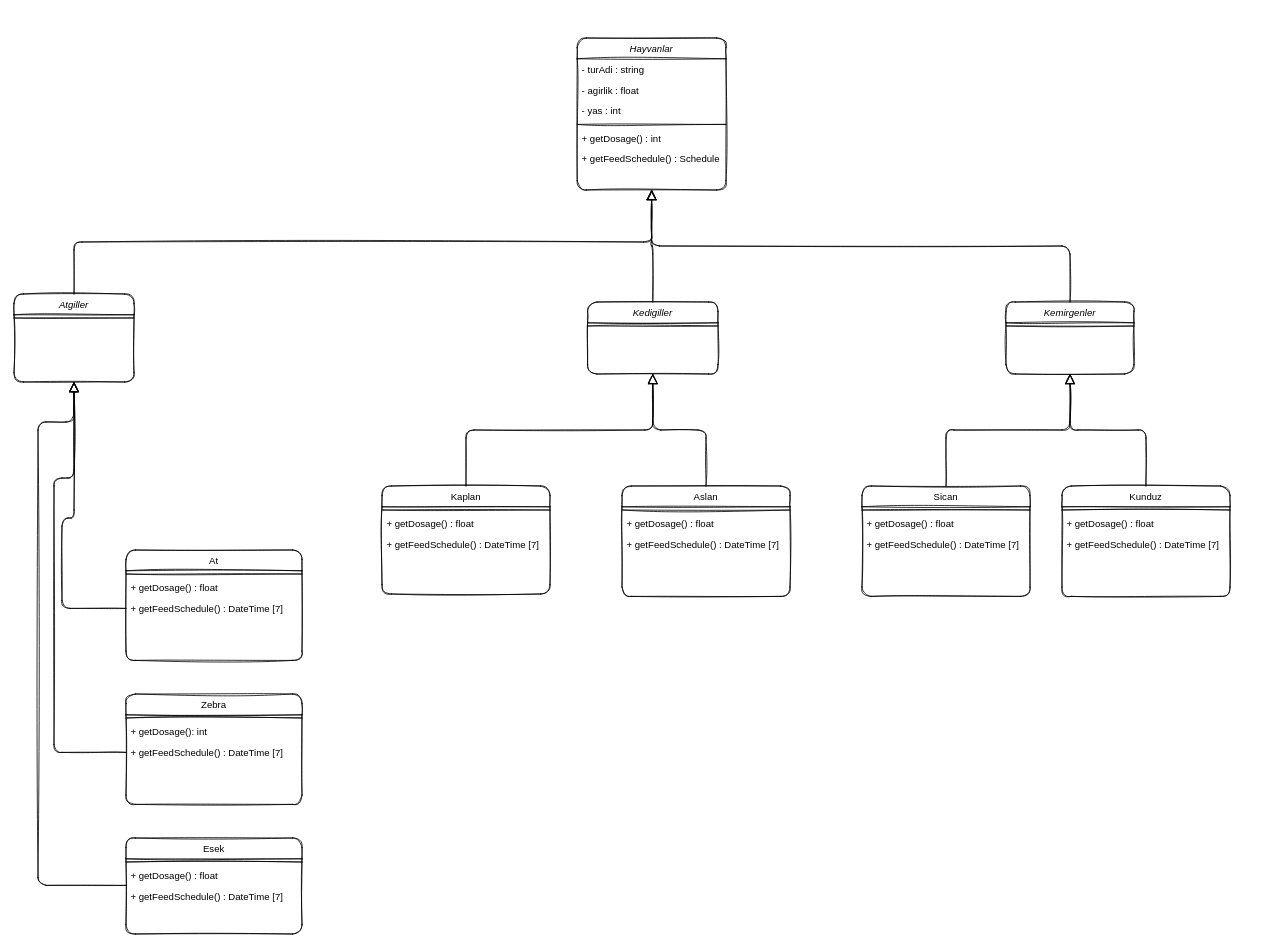
Above: Untitled Diagram.drawio in scelikcapa/kodluyoruzilkrepo (draw.io), before the change. Source tidied: cells renumbered, new cells numbered last; positions are measured from the earlier drawing's top-left corner, leaving out a move shared by most shapes. Both pictures are drawn from the tidied source at 80%, with x=0, y=0 at pixel (14, 38).
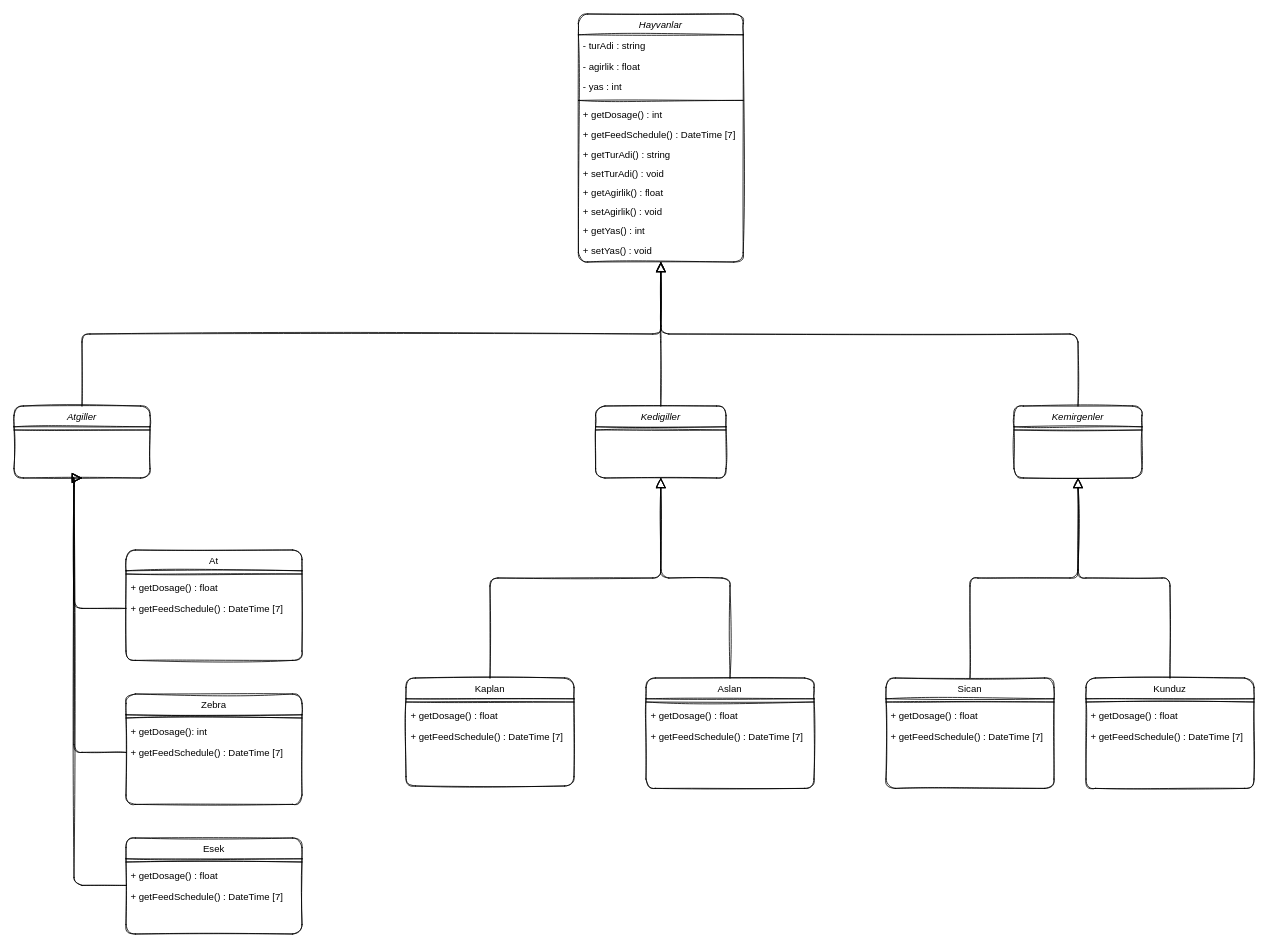
Above is the later version.

Commit message:
Odev HayvanatBahcesiYonetimi is over this time :)

Unchanged cells that the change refers to:
```xml
<mxCell id="21" value="+ getFeedSchedule() : DateTime [7] " style="text;align=left;verticalAlign=top;spacingLeft=4;spacingRight=4;overflow=hidden;points=[[0,0.5],[1,0.5]];portConstraint=eastwest;rounded=1;sketch=1;" parent="18" vertex="1">
  <mxGeometry y="60" width="220" height="26" as="geometry" />
</mxCell>
<mxCell id="25" value="+ getFeedSchedule() : DateTime [7] " style="text;align=left;verticalAlign=top;spacingLeft=4;spacingRight=4;overflow=hidden;points=[[0,0.5],[1,0.5]];portConstraint=eastwest;rounded=1;sketch=1;" parent="22" vertex="1">
  <mxGeometry y="60" width="220" height="26" as="geometry" />
</mxCell>
<mxCell id="52" value="+ getFeedSchedule() : DateTime [7] " style="text;align=left;verticalAlign=top;spacingLeft=4;spacingRight=4;overflow=hidden;points=[[0,0.5],[1,0.5]];portConstraint=eastwest;rounded=1;sketch=1;" parent="49" vertex="1">
  <mxGeometry y="60" width="220" height="26" as="geometry" />
</mxCell>
```

The edit, as a diff of the source:
```diff
@@
     <mxCell id="2" value="Hayvanlar" style="swimlane;fontStyle=2;align=center;verticalAlign=top;horizontal=1;startSize=26;rounded=1;shadow=0;strokeWidth=1;sketch=1;" parent="1" vertex="1">
-      <mxGeometry x="704" width="186" height="190" as="geometry" />
+      <mxGeometry x="705.5" y="-30" width="206" height="310" as="geometry" />
     </mxCell>
     <mxCell id="3" value="- turAdi : string" style="text;align=left;verticalAlign=top;spacingLeft=4;spacingRight=4;overflow=hidden;rounded=1;sketch=1;" parent="2" vertex="1">
-      <mxGeometry y="26" width="186" height="26" as="geometry" />
+      <mxGeometry y="26" width="206" height="26" as="geometry" />
     </mxCell>
     <mxCell id="4" value="- agirlik : float" style="text;align=left;verticalAlign=top;spacingLeft=4;spacingRight=4;overflow=hidden;rounded=1;shadow=0;html=0;sketch=1;" parent="2" vertex="1">
-      <mxGeometry y="52" width="186" height="26" as="geometry" />
+      <mxGeometry y="52" width="206" height="26" as="geometry" />
     </mxCell>
     <mxCell id="5" value="- yas : int" style="text;align=left;verticalAlign=top;spacingLeft=4;spacingRight=4;overflow=hidden;rounded=1;shadow=0;html=0;sketch=1;" parent="2" vertex="1">
-      <mxGeometry y="78" width="186" height="26" as="geometry" />
+      <mxGeometry y="78" width="206" height="26" as="geometry" />
     </mxCell>
     <mxCell id="6" style="line;html=1;strokeWidth=1;align=left;verticalAlign=middle;spacingTop=-1;spacingLeft=3;spacingRight=3;labelPosition=right;rounded=1;sketch=1;" parent="2" vertex="1">
-      <mxGeometry y="104" width="186" height="8" as="geometry" />
+      <mxGeometry y="104" width="206" height="8" as="geometry" />
     </mxCell>
     <mxCell id="7" value="+ getDosage() : int" style="text;align=left;verticalAlign=top;spacingLeft=4;spacingRight=4;overflow=hidden;rounded=1;sketch=1;" parent="2" vertex="1">
-      <mxGeometry y="112" width="186" height="26" as="geometry" />
+      <mxGeometry y="112" width="206" height="26" as="geometry" />
     </mxCell>
-    <mxCell id="8" value="+ getFeedSchedule() : Schedule" style="text;align=left;verticalAlign=top;spacingLeft=4;spacingRight=4;overflow=hidden;rounded=1;sketch=1;" parent="2" vertex="1">
-      <mxGeometry y="138" width="186" height="24" as="geometry" />
+    <mxCell id="8" value="+ getFeedSchedule() : DateTime [7] " style="text;align=left;verticalAlign=top;spacingLeft=4;spacingRight=4;overflow=hidden;rounded=1;sketch=1;" parent="2" vertex="1">
+      <mxGeometry y="138" width="206" height="24" as="geometry" />
     </mxCell>
+    <mxCell id="53" value="+ getTurAdi() : string " style="text;align=left;verticalAlign=top;spacingLeft=4;spacingRight=4;overflow=hidden;rounded=1;sketch=1;" parent="2" vertex="1">
+      <mxGeometry y="162" width="206" height="24" as="geometry" />
+    </mxCell>
+    <mxCell id="54" value="+ setTurAdi() : void " style="text;align=left;verticalAlign=top;spacingLeft=4;spacingRight=4;overflow=hidden;rounded=1;sketch=1;" parent="2" vertex="1">
+      <mxGeometry y="186" width="206" height="24" as="geometry" />
+    </mxCell>
+    <mxCell id="55" value="+ getAgirlik() : float " style="text;align=left;verticalAlign=top;spacingLeft=4;spacingRight=4;overflow=hidden;rounded=1;sketch=1;" parent="2" vertex="1">
+      <mxGeometry y="210" width="206" height="24" as="geometry" />
+    </mxCell>
+    <mxCell id="56" value="+ setAgirlik() : void " style="text;align=left;verticalAlign=top;spacingLeft=4;spacingRight=4;overflow=hidden;rounded=1;sketch=1;" parent="2" vertex="1">
+      <mxGeometry y="234" width="206" height="24" as="geometry" />
+    </mxCell>
+    <mxCell id="57" value="+ getYas() : int " style="text;align=left;verticalAlign=top;spacingLeft=4;spacingRight=4;overflow=hidden;rounded=1;sketch=1;" parent="2" vertex="1">
+      <mxGeometry y="258" width="206" height="24" as="geometry" />
+    </mxCell>
+    <mxCell id="58" value="+ setYas() : void " style="text;align=left;verticalAlign=top;spacingLeft=4;spacingRight=4;overflow=hidden;rounded=1;sketch=1;" parent="2" vertex="1">
+      <mxGeometry y="282" width="206" height="24" as="geometry" />
+    </mxCell>
     <mxCell id="9" value="Atgiller" style="swimlane;fontStyle=2;align=center;verticalAlign=top;horizontal=1;startSize=26;rounded=1;shadow=0;strokeWidth=1;sketch=1;" parent="1" vertex="1">
-      <mxGeometry y="320" width="150" height="110" as="geometry" />
+      <mxGeometry y="460" width="170" height="90" as="geometry" />
     </mxCell>
     <mxCell id="10" style="line;html=1;strokeWidth=1;align=left;verticalAlign=middle;spacingTop=-1;spacingLeft=3;spacingRight=3;labelPosition=right;rounded=1;sketch=1;" parent="9" vertex="1">
-      <mxGeometry y="26" width="150" height="8" as="geometry" />
+      <mxGeometry y="26" width="170" height="8" as="geometry" />
     </mxCell>
@@
     <mxCell id="12" value="Kedigiller" style="swimlane;fontStyle=2;align=center;verticalAlign=top;horizontal=1;startSize=26;rounded=1;shadow=0;strokeWidth=1;sketch=1;" parent="1" vertex="1">
-      <mxGeometry x="717" y="330" width="163" height="90" as="geometry" />
+      <mxGeometry x="727" y="460" width="163" height="90" as="geometry" />
     </mxCell>
@@
     <mxCell id="15" value="Kemirgenler" style="swimlane;fontStyle=2;align=center;verticalAlign=top;horizontal=1;startSize=26;rounded=1;shadow=0;strokeWidth=1;sketch=1;" parent="1" vertex="1">
-      <mxGeometry x="1240" y="330" width="160" height="90" as="geometry" />
+      <mxGeometry x="1250" y="460" width="160" height="90" as="geometry" />
     </mxCell>
@@
     <mxCell id="26" value="Kaplan" style="swimlane;fontStyle=0;align=center;verticalAlign=top;horizontal=1;startSize=26;rounded=1;shadow=0;strokeWidth=1;sketch=1;" parent="1" vertex="1">
-      <mxGeometry x="460" y="560" width="210" height="135" as="geometry" />
+      <mxGeometry x="490" y="800" width="210" height="135" as="geometry" />
     </mxCell>
@@
     <mxCell id="30" value="Aslan" style="swimlane;fontStyle=0;align=center;verticalAlign=top;horizontal=1;startSize=26;rounded=1;shadow=0;strokeWidth=1;sketch=1;" parent="1" vertex="1">
-      <mxGeometry x="760" y="560" width="210" height="138" as="geometry" />
+      <mxGeometry x="790" y="800" width="210" height="138" as="geometry" />
     </mxCell>
@@
     <mxCell id="34" value="Sican" style="swimlane;fontStyle=0;align=center;verticalAlign=top;horizontal=1;startSize=26;rounded=1;shadow=0;strokeWidth=1;sketch=1;" parent="1" vertex="1">
-      <mxGeometry x="1060" y="560" width="210" height="138" as="geometry" />
+      <mxGeometry x="1090" y="800" width="210" height="138" as="geometry" />
     </mxCell>
@@
     <mxCell id="38" value="Kunduz" style="swimlane;fontStyle=0;align=center;verticalAlign=top;horizontal=1;startSize=26;rounded=1;shadow=0;strokeWidth=1;sketch=1;" parent="1" vertex="1">
-      <mxGeometry x="1310" y="560" width="210" height="138" as="geometry" />
+      <mxGeometry x="1340" y="800" width="210" height="138" as="geometry" />
     </mxCell>
@@
     <mxCell id="44" style="endArrow=block;endSize=10;endFill=0;shadow=0;strokeWidth=1;rounded=1;edgeStyle=orthogonalEdgeStyle;elbow=vertical;exitX=0;exitY=0.5;exitDx=0;exitDy=0;sketch=1;entryX=0.5;entryY=1;entryDx=0;entryDy=0;" parent="1" edge="1" source="52" target="9">
       <mxGeometry relative="1" as="geometry">
         <Array as="points">
-          <mxPoint x="50" y="893" />
-          <mxPoint x="50" y="550" />
-          <mxPoint x="75" y="550" />
+          <mxPoint x="75" y="893" />
         </Array>
       </mxGeometry>
     </mxCell>
     <mxCell id="45" style="endArrow=block;endSize=10;endFill=0;shadow=0;strokeWidth=1;rounded=1;edgeStyle=orthogonalEdgeStyle;elbow=vertical;exitX=0;exitY=0.5;exitDx=0;exitDy=0;sketch=1;entryX=0.5;entryY=1;entryDx=0;entryDy=0;" parent="1" edge="1" source="21" target="9">
       <mxGeometry relative="1" as="geometry">
         <Array as="points">
-          <mxPoint x="60" y="713" />
-          <mxPoint x="60" y="600" />
-          <mxPoint x="75" y="600" />
+          <mxPoint x="75" y="713" />
         </Array>
       </mxGeometry>
     </mxCell>
     <mxCell id="46" style="endArrow=block;endSize=10;endFill=0;shadow=0;strokeWidth=1;rounded=1;edgeStyle=orthogonalEdgeStyle;elbow=vertical;sketch=1;entryX=0.5;entryY=1;entryDx=0;entryDy=0;exitX=0.003;exitY=-0.03;exitDx=0;exitDy=0;exitPerimeter=0;jumpStyle=line;" parent="1" edge="1" source="25" target="9">
       <mxGeometry relative="1" as="geometry">
         <Array as="points">
-          <mxPoint x="30" y="1059" />
-          <mxPoint x="30" y="480" />
-          <mxPoint x="75" y="480" />
+          <mxPoint x="75" y="1059" />
         </Array>
       </mxGeometry>
     </mxCell>
```
